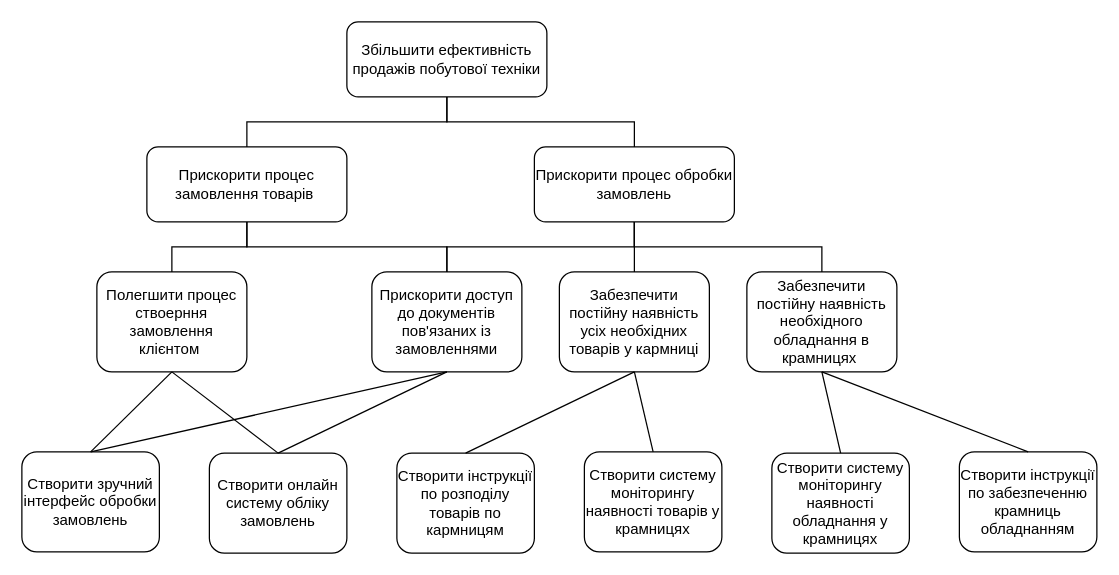
The draw.io diagram Goals.drawio in Mehanari/system_analysis_first_practice, before the edit. Source tidied: cells renumbered, new cells numbered last; positions are measured from the earlier drawing's top-left corner, leaving out a move shared by most shapes. Both pictures are drawn from the tidied source at 125%, with x=0, y=0 at pixel (21, 21).
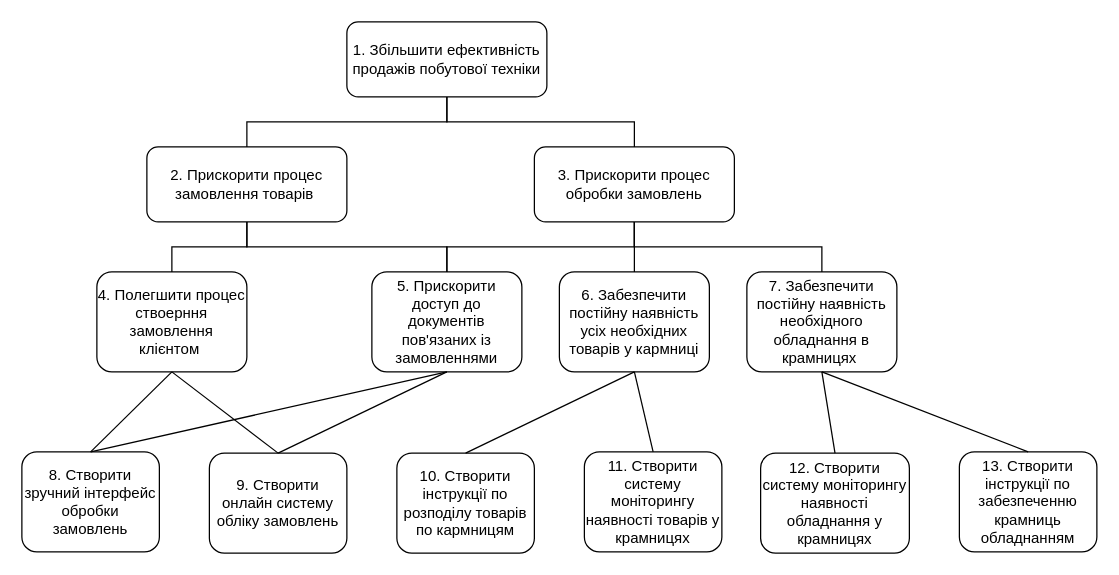
Above is the later version.

Change to the diagram source:
```diff
@@
-    <mxCell id="2" value="Збільшити ефективність продажів побутової техніки" style="rounded=1;whiteSpace=wrap;html=1;" parent="1" vertex="1">
+    <mxCell id="2" value="1. Збільшити ефективність продажів побутової техніки" style="rounded=1;whiteSpace=wrap;html=1;" parent="1" vertex="1">
       <mxGeometry x="260" width="160" height="60" as="geometry" />
     </mxCell>
-    <mxCell id="3" value="Прискорити процес замовлення товарів&amp;nbsp;" style="rounded=1;whiteSpace=wrap;html=1;" parent="1" vertex="1">
+    <mxCell id="3" value="2. Прискорити процес замовлення товарів&amp;nbsp;" style="rounded=1;whiteSpace=wrap;html=1;" parent="1" vertex="1">
       <mxGeometry x="100" y="100" width="160" height="60" as="geometry" />
     </mxCell>
-    <mxCell id="4" value="Прискорити процес обробки замовлень" style="rounded=1;whiteSpace=wrap;html=1;" parent="1" vertex="1">
+    <mxCell id="4" value="3. Прискорити процес обробки замовлень" style="rounded=1;whiteSpace=wrap;html=1;" parent="1" vertex="1">
       <mxGeometry x="410" y="100" width="160" height="60" as="geometry" />
     </mxCell>
@@
-    <mxCell id="7" value="Полегшити процес ствоерння замовлення клієнтом&amp;nbsp;" style="rounded=1;whiteSpace=wrap;html=1;" parent="1" vertex="1">
+    <mxCell id="7" value="4. Полегшити процес ствоерння замовлення клієнтом&amp;nbsp;" style="rounded=1;whiteSpace=wrap;html=1;" parent="1" vertex="1">
       <mxGeometry x="60" y="200" width="120" height="80" as="geometry" />
     </mxCell>
-    <mxCell id="8" value="Прискорити доступ до документів пов'язаних із замовленнями" style="rounded=1;whiteSpace=wrap;html=1;" parent="1" vertex="1">
+    <mxCell id="8" value="5. Прискорити доступ до документів пов'язаних із замовленнями" style="rounded=1;whiteSpace=wrap;html=1;" parent="1" vertex="1">
       <mxGeometry x="280" y="200" width="120" height="80" as="geometry" />
     </mxCell>
-    <mxCell id="9" value="Забезпечити постійну наявність усіх необхідних товарів у кармниці" style="rounded=1;whiteSpace=wrap;html=1;" parent="1" vertex="1">
+    <mxCell id="9" value="6. Забезпечити постійну наявність усіх необхідних товарів у кармниці" style="rounded=1;whiteSpace=wrap;html=1;" parent="1" vertex="1">
       <mxGeometry x="430" y="200" width="120" height="80" as="geometry" />
     </mxCell>
-    <mxCell id="10" value="Забезпечити постійну наявність необхідного обладнання в крамницях&amp;nbsp;" style="rounded=1;whiteSpace=wrap;html=1;" parent="1" vertex="1">
+    <mxCell id="10" value="7. Забезпечити постійну наявність необхідного обладнання в крамницях&amp;nbsp;" style="rounded=1;whiteSpace=wrap;html=1;" parent="1" vertex="1">
       <mxGeometry x="580" y="200" width="120" height="80" as="geometry" />
     </mxCell>
@@
-    <mxCell id="16" value="Створити зручний інтерфейс обробки замовлень" style="rounded=1;whiteSpace=wrap;html=1;" parent="1" vertex="1">
+    <mxCell id="16" value="8. Створити зручний інтерфейс обробки замовлень" style="rounded=1;whiteSpace=wrap;html=1;" parent="1" vertex="1">
       <mxGeometry y="344" width="110" height="80" as="geometry" />
     </mxCell>
-    <mxCell id="17" value="Створити онлайн систему обліку замовлень" style="rounded=1;whiteSpace=wrap;html=1;" parent="1" vertex="1">
+    <mxCell id="17" value="9. Створити онлайн систему обліку замовлень" style="rounded=1;whiteSpace=wrap;html=1;" parent="1" vertex="1">
       <mxGeometry x="150" y="345" width="110" height="80" as="geometry" />
     </mxCell>
@@
-    <mxCell id="22" value="Створити систему моніторингу наявності товарів у крамницях" style="rounded=1;whiteSpace=wrap;html=1;" parent="1" vertex="1">
+    <mxCell id="22" value="11. Створити систему моніторингу наявності товарів у крамницях" style="rounded=1;whiteSpace=wrap;html=1;" parent="1" vertex="1">
       <mxGeometry x="450" y="344" width="110" height="80" as="geometry" />
     </mxCell>
-    <mxCell id="23" value="Створити інструкції по розподілу товарів по кармницям" style="rounded=1;whiteSpace=wrap;html=1;" parent="1" vertex="1">
+    <mxCell id="23" value="10. Створити інструкції по розподілу товарів по кармницям" style="rounded=1;whiteSpace=wrap;html=1;" parent="1" vertex="1">
       <mxGeometry x="300" y="345" width="110" height="80" as="geometry" />
     </mxCell>
@@
-    <mxCell id="26" value="Створити систему моніторингу наявності обладнання у крамницях" style="rounded=1;whiteSpace=wrap;html=1;" parent="1" vertex="1">
-      <mxGeometry x="600" y="345" width="110" height="80" as="geometry" />
+    <mxCell id="26" value="12. Створити систему моніторингу наявності обладнання у крамницях" style="rounded=1;whiteSpace=wrap;html=1;" parent="1" vertex="1">
+      <mxGeometry x="591" y="345" width="119" height="80" as="geometry" />
     </mxCell>
-    <mxCell id="27" value="Створити інструкції по забезпеченню крамниць обладнанням" style="rounded=1;whiteSpace=wrap;html=1;" parent="1" vertex="1">
+    <mxCell id="27" value="13. Створити інструкції по забезпеченню крамниць обладнанням" style="rounded=1;whiteSpace=wrap;html=1;" parent="1" vertex="1">
       <mxGeometry x="750" y="344" width="110" height="80" as="geometry" />
     </mxCell>
```
